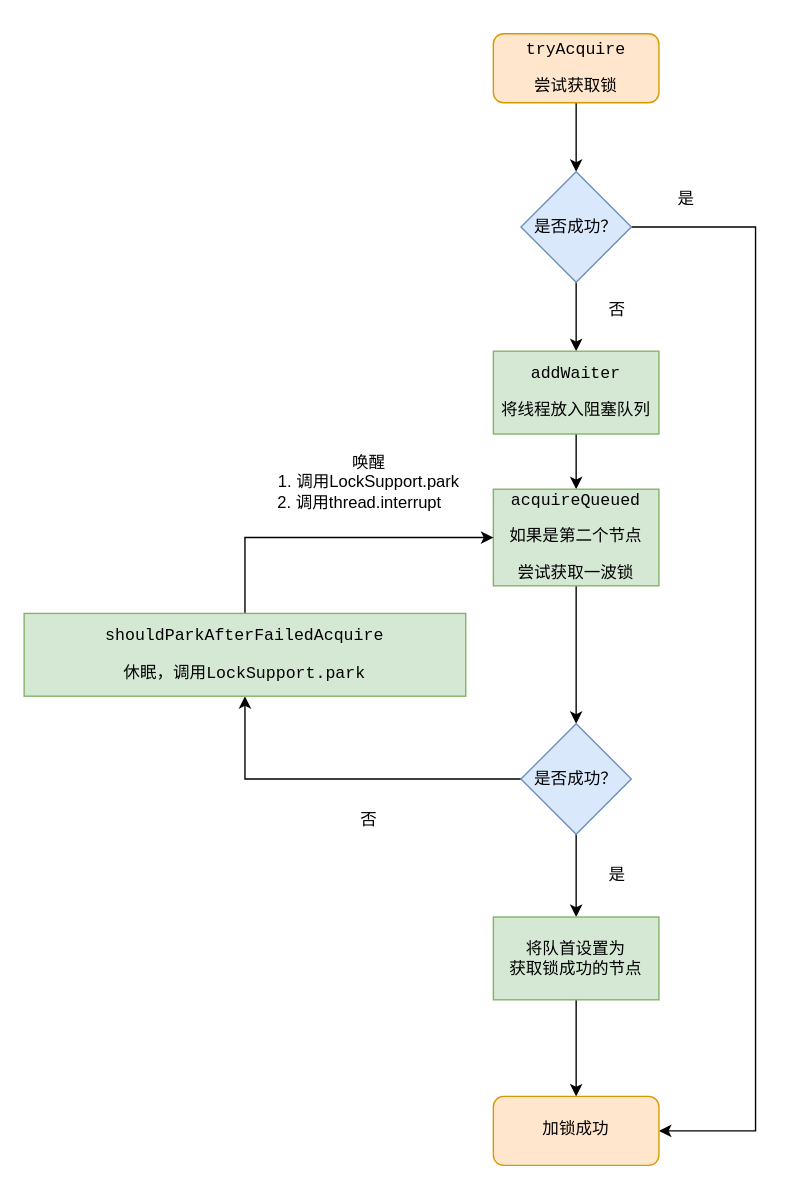
Earlier version of the draw.io diagram concurrent/不响应中断的独占锁执行流程.drawio (erlieStar/diagrams). Source tidied: cells renumbered, new cells numbered last; positions are measured from the earlier drawing's top-left corner, leaving out a move shared by most shapes. Both pictures are drawn from the tidied source at 138%, with x=0, y=0 at pixel (23, 33).
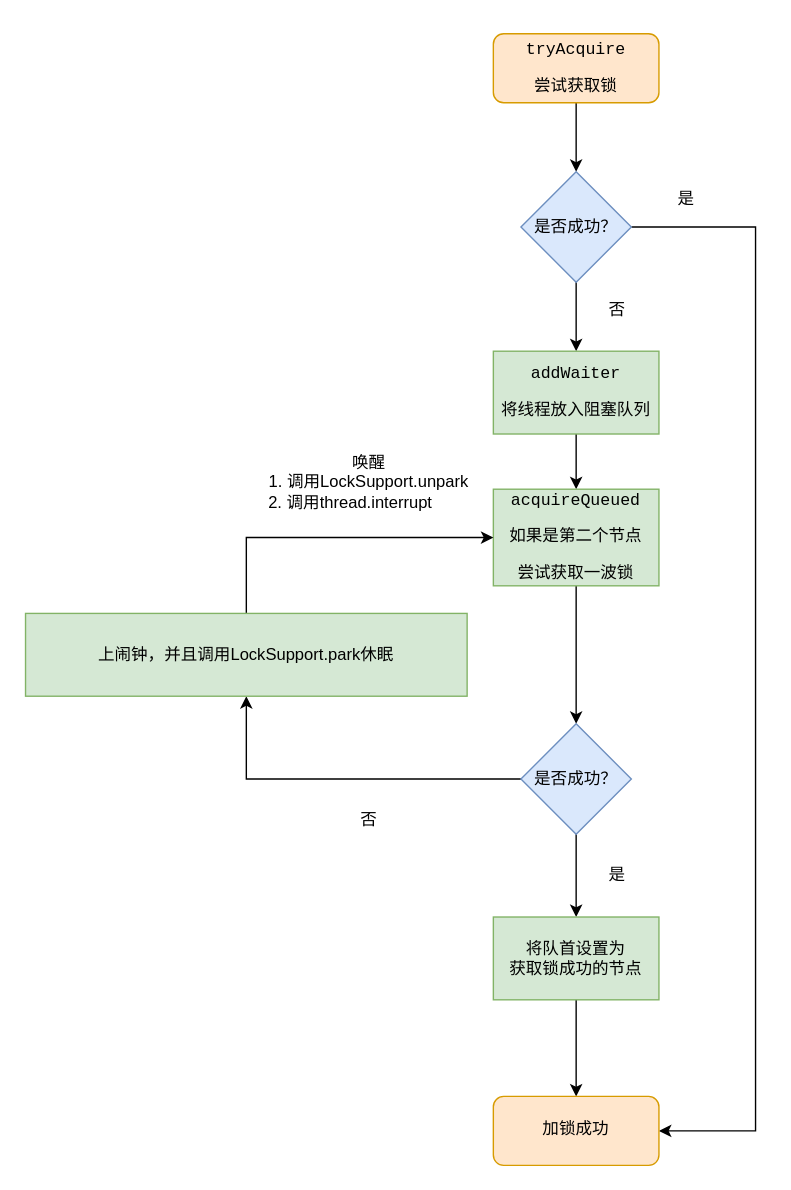
The same page after the edit.

Commit message:
Update 不响应中断的独占锁执行流程.drawio

Diff of the diagram source:
```diff
@@
-    <mxCell id="21" value="&lt;pre&gt;shouldParkAfterFailedAcquire&lt;/pre&gt;&lt;pre&gt;休眠，调用LockSupport.park&lt;/pre&gt;" style="rounded=0;whiteSpace=wrap;html=1;fillColor=#d5e8d4;strokeColor=#82b366;" parent="1" vertex="1">
-      <mxGeometry y="420" width="320" height="60" as="geometry" />
+    <mxCell id="21" value="上闹钟，并且调用LockSupport.park休眠" style="rounded=0;whiteSpace=wrap;html=1;fillColor=#d5e8d4;strokeColor=#82b366;" parent="1" vertex="1">
+      <mxGeometry x="1" y="420" width="320" height="60" as="geometry" />
     </mxCell>
@@
-    <mxCell id="23" value="唤醒&lt;br&gt;1. 调用&lt;span&gt;LockSupport.park&lt;br&gt;2. 调用&lt;/span&gt;thread.interrupt&amp;nbsp; &amp;nbsp;&amp;nbsp;" style="text;html=1;strokeColor=none;fillColor=none;align=center;verticalAlign=middle;whiteSpace=wrap;rounded=0;" parent="1" vertex="1">
+    <mxCell id="23" value="唤醒&lt;br&gt;1. 调用&lt;span&gt;LockSupport.unpark&lt;br&gt;2. 调用&lt;/span&gt;thread.interrupt&amp;nbsp; &amp;nbsp; &amp;nbsp; &amp;nbsp;&amp;nbsp;" style="text;html=1;strokeColor=none;fillColor=none;align=center;verticalAlign=middle;whiteSpace=wrap;rounded=0;" parent="1" vertex="1">
       <mxGeometry x="170" y="300" width="160" height="50" as="geometry" />
     </mxCell>
```
